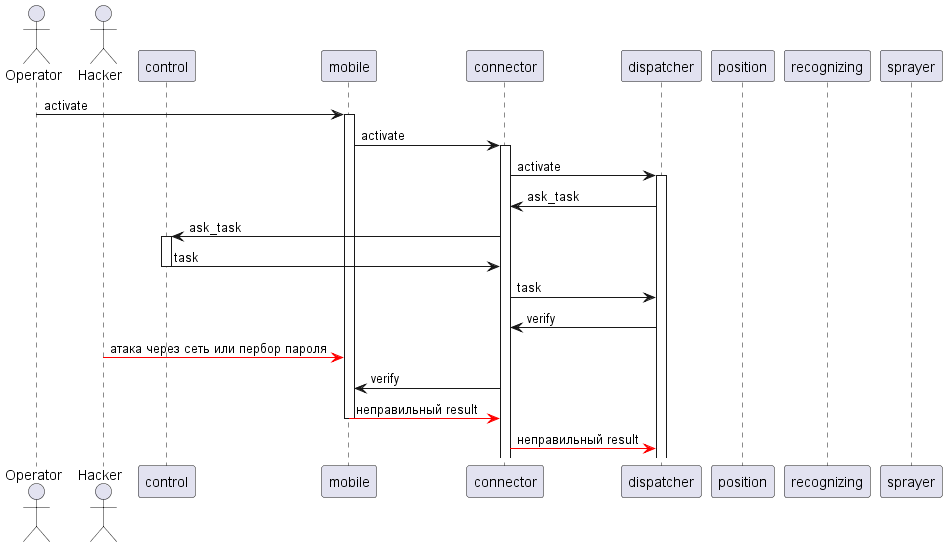
This is pics/sd_7.png from sergey-sobolev/cyberimmune-systems-case-study-drone, a PlantUML export, as it was before one commit.
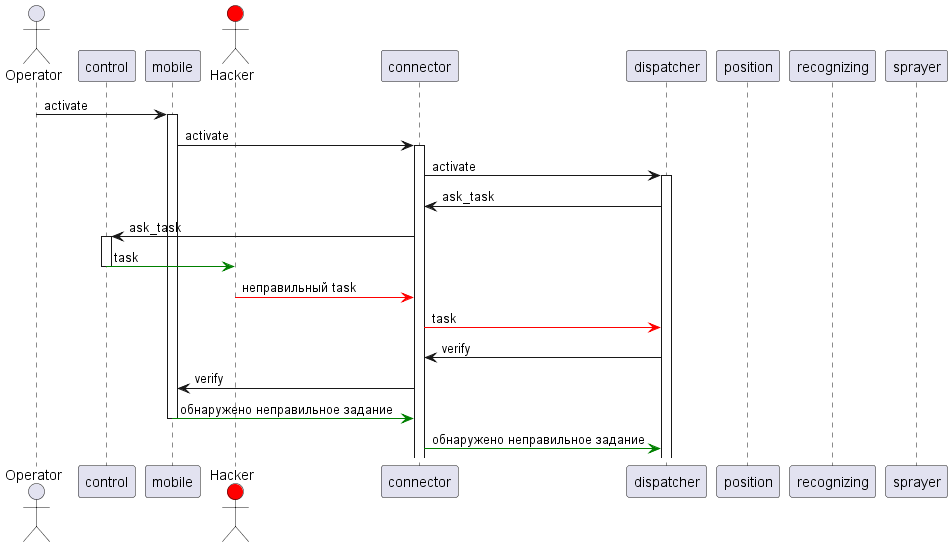
Later version of the same file.

What changed in the source:
```diff
@@ -1,8 +1,8 @@
 @startuml
 actor "Operator" as c
-actor "Hacker" as h
 participant control
 participant mobile
+actor "Hacker" as h #red
 participant connector
 participant dispatcher
 participant position
@@ -16,18 +16,17 @@
 connector -> dispatcher++: activate
 dispatcher -> connector: ask_task
 connector -> control++: ask_task
-control -> connector: task
+control -[#green]> h: task
 control--
-connector -> dispatcher: task
+h -[#red]> connector: неправильный task
+connector -[#red]> dispatcher: task
 
 dispatcher -> connector: verify
 
-h -[#red]> mobile: атака через сеть или пербор пароля
-
 connector -> mobile: verify
-mobile -[#red]> connector: неправильный result
+mobile -[#green]> connector: обнаружено неправильное задание
 mobile--
-connector -[#red]> dispatcher: неправильный result
+connector -[#green]> dispatcher: обнаружено неправильное задание
 
 
 
```
